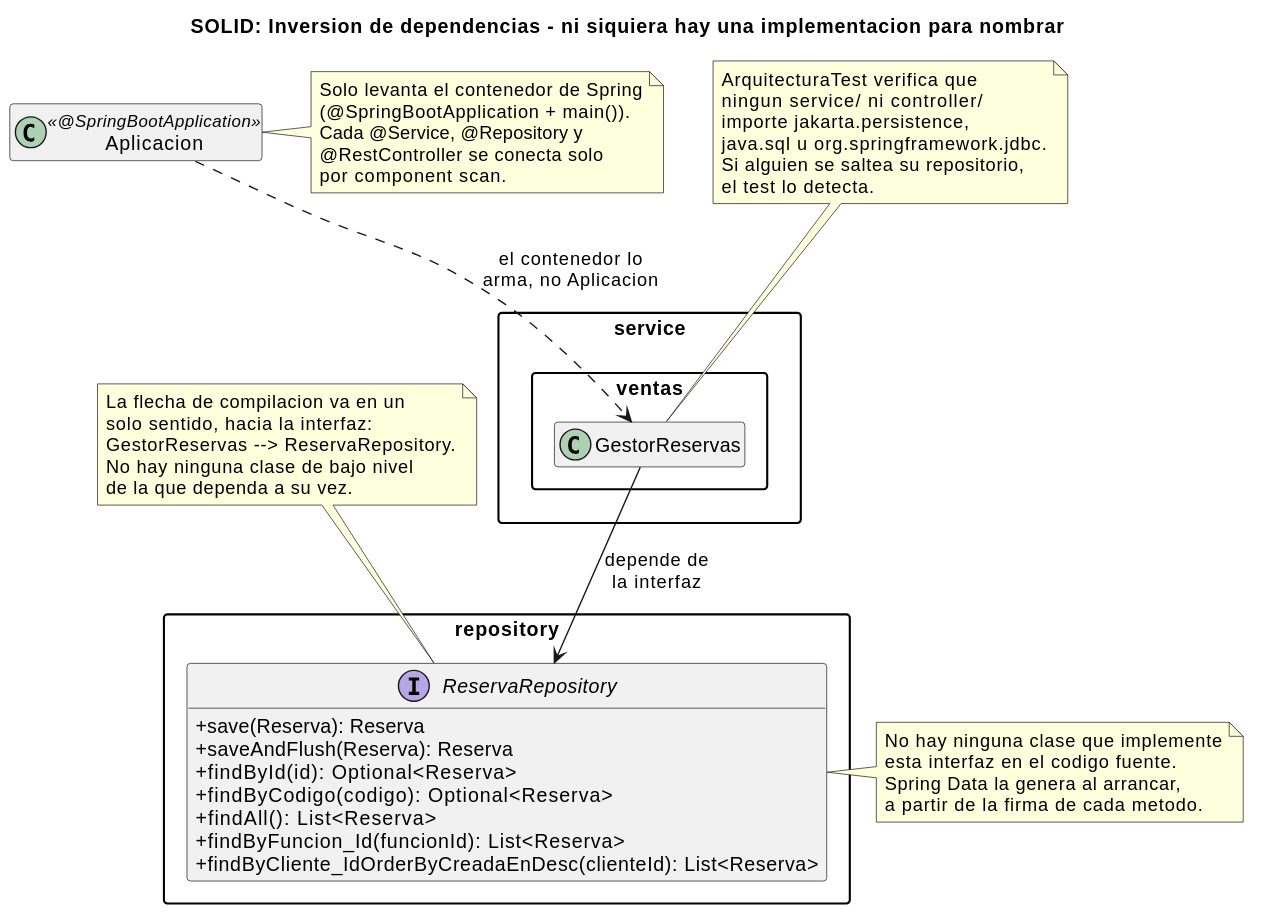
andreiveisuade/cine-uade keeps this PlantUML diagram as _other/docs/diagramas/solid-dip.svg. Above is the earlier version.
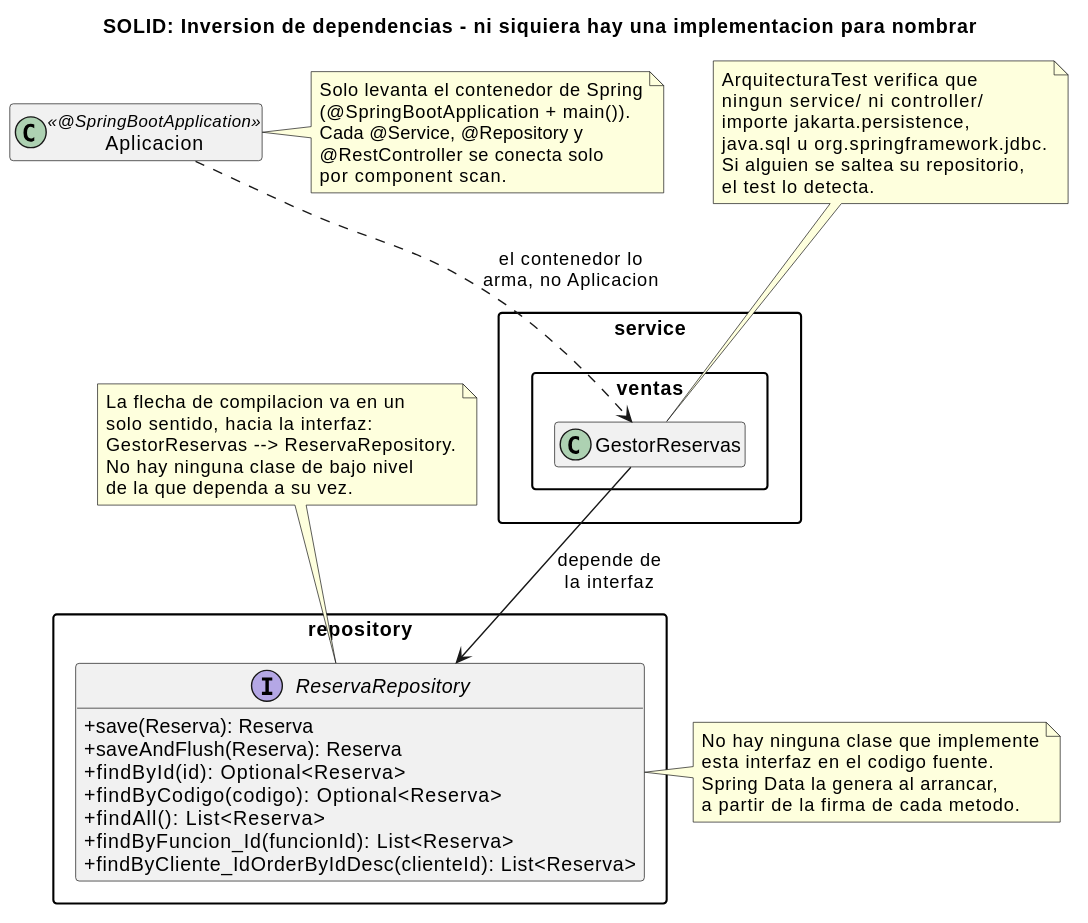
Above is the later version.

The edit, as a diff of the source:
```diff
@@ -18,7 +18,7 @@
     +findByCodigo(codigo): Optional<Reserva>
     +findAll(): List<Reserva>
     +findByFuncion_Id(funcionId): List<Reserva>
-    +findByCliente_IdOrderByCreadaEnDesc(clienteId): List<Reserva>
+    +findByCliente_IdOrderByIdDesc(clienteId): List<Reserva>
   }
 }
 
```
